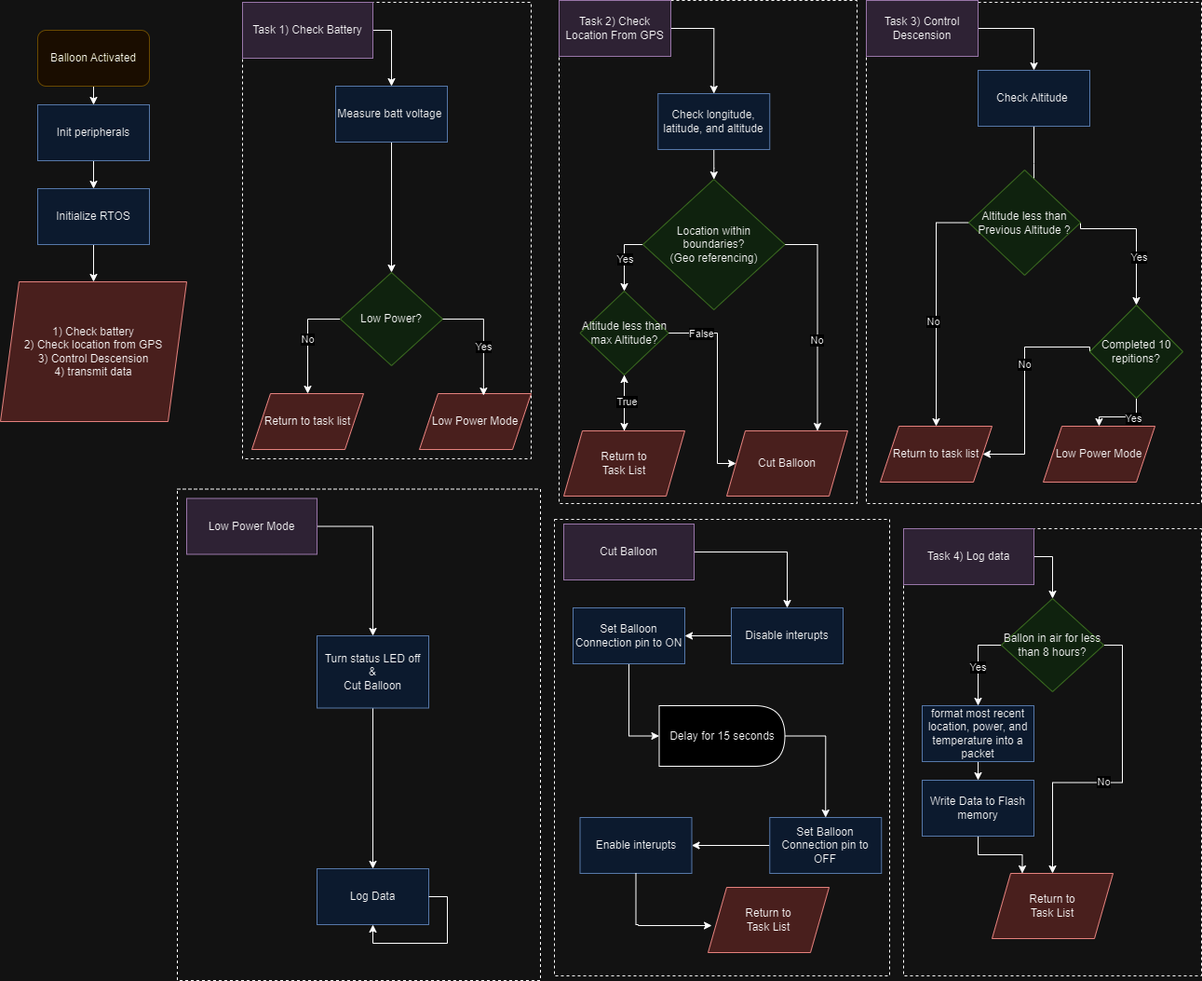
Above: Software_FSM.drawio.png in UVicSatelliteDesign/HAB_OBC (draw.io), before the change. Source tidied: cells renumbered, new cells last; positions are measured from the earlier drawing's top-left corner, leaving out a move shared by most shapes.
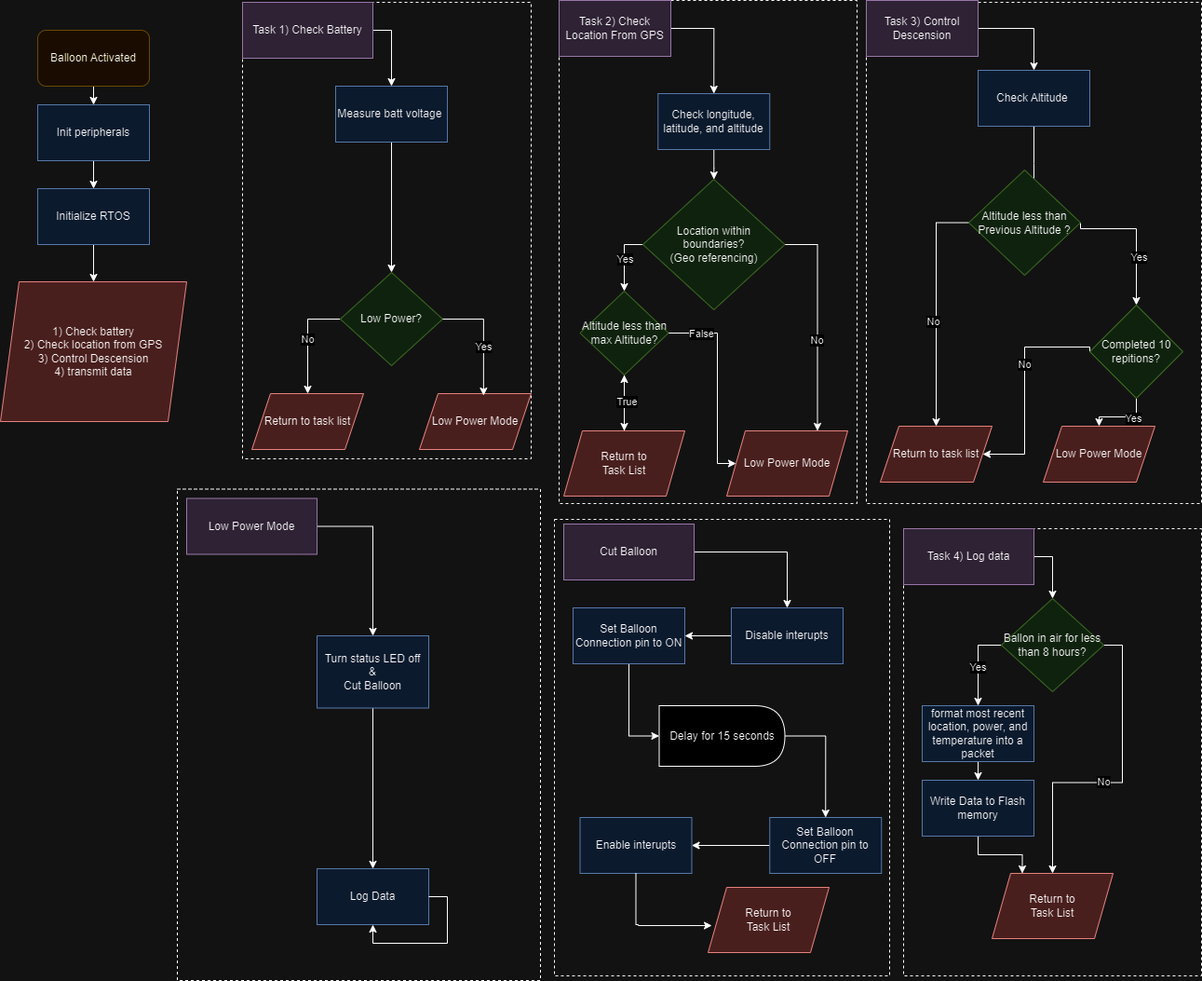
After the commit.

What changed in the source:
```diff
@@ -115,7 +115,7 @@
     <mxCell id="37" value="Return to &lt;br&gt;Task List" style="shape=parallelogram;perimeter=parallelogramPerimeter;whiteSpace=wrap;html=1;fixedSize=1;fillColor=#f8cecc;strokeColor=#b85450;" parent="1" vertex="1">
       <mxGeometry x="605" y="462" width="130" height="70" as="geometry" />
     </mxCell>
-    <mxCell id="38" value="Cut Balloon" style="shape=parallelogram;perimeter=parallelogramPerimeter;whiteSpace=wrap;html=1;fixedSize=1;fillColor=#f8cecc;strokeColor=#b85450;" parent="1" vertex="1">
+    <mxCell id="38" value="Low Power Mode" style="shape=parallelogram;perimeter=parallelogramPerimeter;whiteSpace=wrap;html=1;fixedSize=1;fillColor=#f8cecc;strokeColor=#b85450;" parent="1" vertex="1">
       <mxGeometry x="780" y="462" width="130" height="70" as="geometry" />
     </mxCell>
     <mxCell id="39" value="&lt;p style=&quot;line-height: 10%;&quot;&gt;&lt;br&gt;&lt;/p&gt;" style="rounded=0;whiteSpace=wrap;html=1;fillColor=none;dashed=1;align=left;" parent="1" vertex="1">
```
